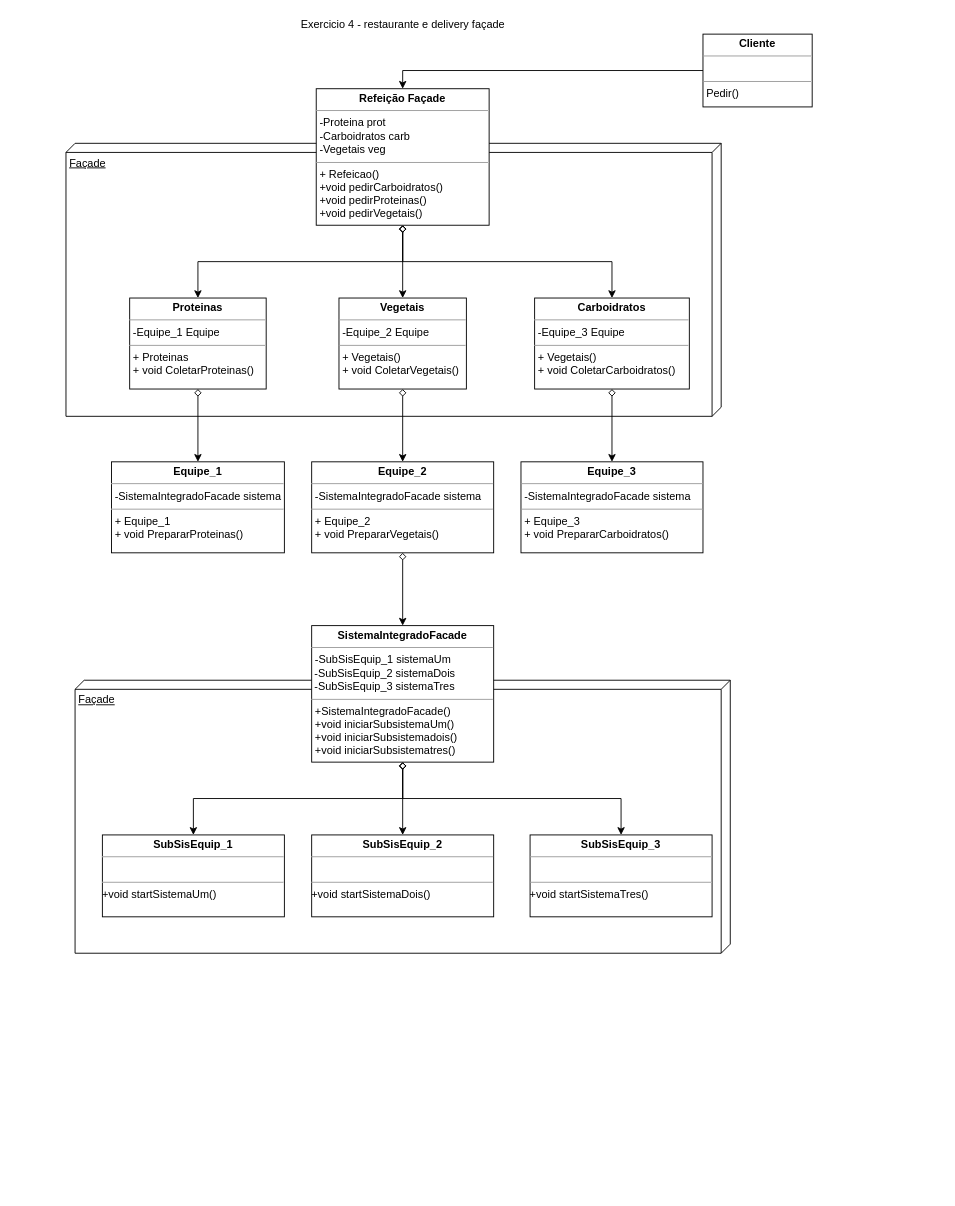
The draw.io diagram page "Sistema_Restaurante" (4 of 4) of Arq_ADO_1.drawio in MatheusSantosDev/diagramas-UML, before the edit. Source tidied: cells renumbered, new cells numbered last; positions are measured from the earlier drawing's top-left corner, leaving out a move shared by most shapes. Both pictures are drawn from the tidied source at 91%, with x=0, y=0 at pixel (66, 15).
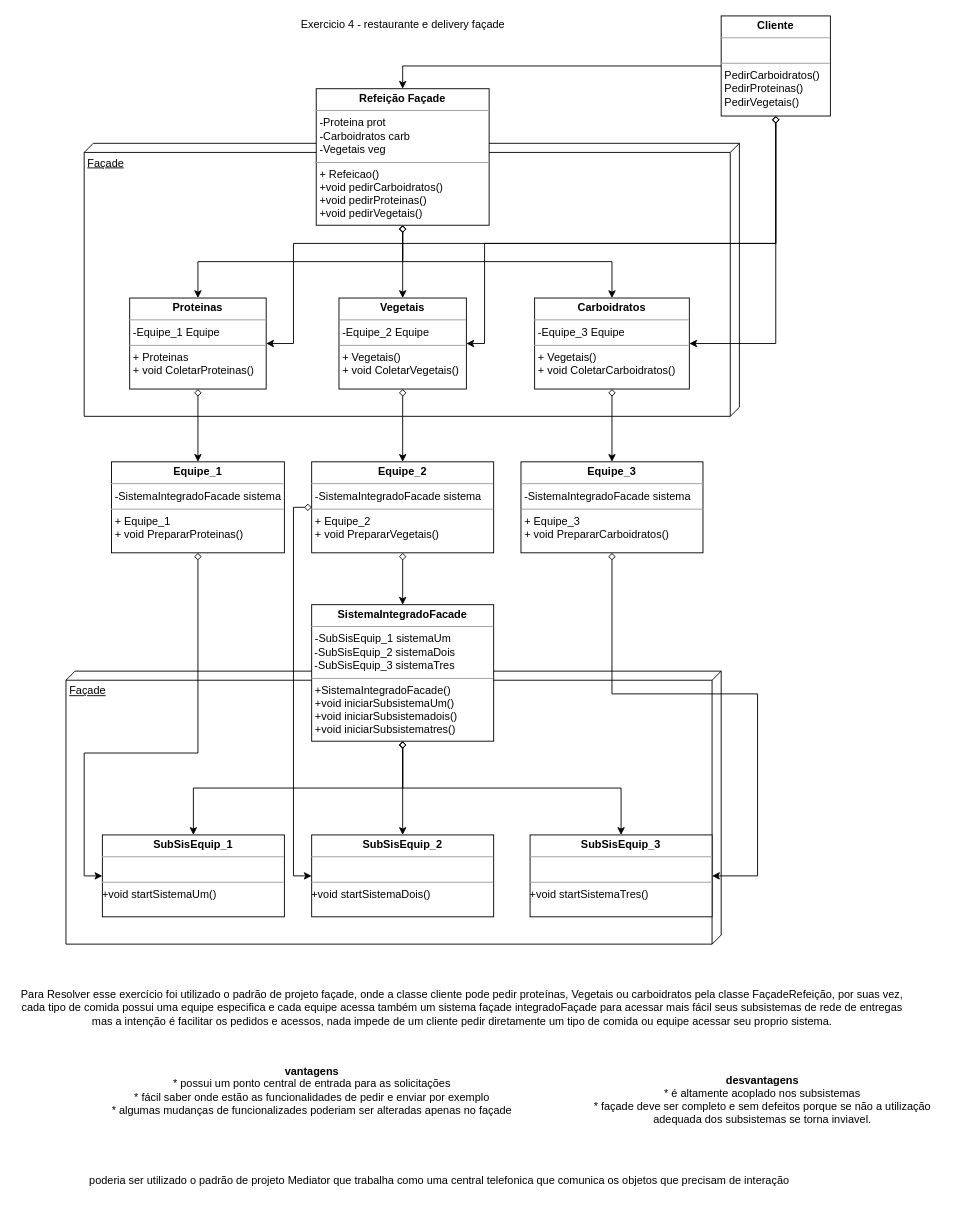
The same page after the edit.

The change refers to these unchanged cells:
```xml
<mxCell id="12" value="&lt;p style=&quot;margin: 0px ; margin-top: 4px ; text-align: center&quot;&gt;&lt;b&gt;Vegetais&lt;/b&gt;&lt;/p&gt;&lt;hr size=&quot;1&quot;&gt;&lt;p style=&quot;margin: 0px ; margin-left: 4px&quot;&gt;-Equipe_2 Equipe&lt;/p&gt;&lt;hr size=&quot;1&quot;&gt;&lt;p style=&quot;margin: 0px ; margin-left: 4px&quot;&gt;+ Vegetais()&lt;br&gt;+ void ColetarVegetais()&lt;/p&gt;" style="verticalAlign=top;align=left;overflow=fill;fontSize=12;fontFamily=Helvetica;html=1;" parent="1" vertex="1">
  <mxGeometry x="300" y="310" width="140" height="100" as="geometry" />
</mxCell>
<mxCell id="14" value="&lt;p style=&quot;margin: 0px ; margin-top: 4px ; text-align: center&quot;&gt;&lt;b&gt;Proteinas&lt;/b&gt;&lt;/p&gt;&lt;hr size=&quot;1&quot;&gt;&lt;p style=&quot;margin: 0px ; margin-left: 4px&quot;&gt;-Equipe_1 Equipe&lt;/p&gt;&lt;hr size=&quot;1&quot;&gt;&lt;p style=&quot;margin: 0px ; margin-left: 4px&quot;&gt;+ Proteinas&lt;br&gt;+ void ColetarProteinas()&lt;/p&gt;" style="verticalAlign=top;align=left;overflow=fill;fontSize=12;fontFamily=Helvetica;html=1;" parent="1" vertex="1">
  <mxGeometry x="70" y="310" width="150" height="100" as="geometry" />
</mxCell>
<mxCell id="16" value="&lt;p style=&quot;margin: 0px ; margin-top: 4px ; text-align: center&quot;&gt;&lt;b&gt;Carboidratos&lt;/b&gt;&lt;/p&gt;&lt;hr size=&quot;1&quot;&gt;&lt;p style=&quot;margin: 0px ; margin-left: 4px&quot;&gt;-Equipe_3 Equipe&lt;/p&gt;&lt;hr size=&quot;1&quot;&gt;&lt;p style=&quot;margin: 0px ; margin-left: 4px&quot;&gt;+ Vegetais()&lt;br&gt;+ void ColetarCarboidratos()&lt;/p&gt;" style="verticalAlign=top;align=left;overflow=fill;fontSize=12;fontFamily=Helvetica;html=1;" parent="1" vertex="1">
  <mxGeometry x="515" y="310" width="170" height="100" as="geometry" />
</mxCell>
<mxCell id="18" value="&lt;p style=&quot;margin: 0px ; margin-top: 4px ; text-align: center&quot;&gt;&lt;b&gt;Equipe_2&lt;/b&gt;&lt;/p&gt;&lt;hr size=&quot;1&quot;&gt;&lt;p style=&quot;margin: 0px ; margin-left: 4px&quot;&gt;-SistemaIntegradoFacade sistema&lt;/p&gt;&lt;hr size=&quot;1&quot;&gt;&lt;p style=&quot;margin: 0px ; margin-left: 4px&quot;&gt;+ Equipe_2&lt;br&gt;+ void PrepararVegetais()&lt;/p&gt;" style="verticalAlign=top;align=left;overflow=fill;fontSize=12;fontFamily=Helvetica;html=1;" parent="1" vertex="1">
  <mxGeometry x="270" y="490" width="200" height="100" as="geometry" />
</mxCell>
<mxCell id="19" value="&lt;p style=&quot;margin: 0px ; margin-top: 4px ; text-align: center&quot;&gt;&lt;b&gt;Equipe_1&lt;/b&gt;&lt;/p&gt;&lt;hr size=&quot;1&quot;&gt;&lt;p style=&quot;margin: 0px ; margin-left: 4px&quot;&gt;-SistemaIntegradoFacade sistema&lt;/p&gt;&lt;hr size=&quot;1&quot;&gt;&lt;p style=&quot;margin: 0px ; margin-left: 4px&quot;&gt;+ Equipe_1&lt;br&gt;+ void PrepararProteinas()&lt;/p&gt;" style="verticalAlign=top;align=left;overflow=fill;fontSize=12;fontFamily=Helvetica;html=1;" parent="1" vertex="1">
  <mxGeometry x="50" y="490" width="190" height="100" as="geometry" />
</mxCell>
<mxCell id="20" value="&lt;p style=&quot;margin: 0px ; margin-top: 4px ; text-align: center&quot;&gt;&lt;b&gt;Equipe_3&lt;/b&gt;&lt;/p&gt;&lt;hr size=&quot;1&quot;&gt;&lt;p style=&quot;margin: 0px ; margin-left: 4px&quot;&gt;-SistemaIntegradoFacade sistema&lt;/p&gt;&lt;hr size=&quot;1&quot;&gt;&lt;p style=&quot;margin: 0px ; margin-left: 4px&quot;&gt;+ Equipe_3&lt;br&gt;+ void PrepararCarboidratos()&lt;/p&gt;" style="verticalAlign=top;align=left;overflow=fill;fontSize=12;fontFamily=Helvetica;html=1;" parent="1" vertex="1">
  <mxGeometry x="500" y="490" width="200" height="100" as="geometry" />
</mxCell>
<mxCell id="25" value="&lt;p style=&quot;margin: 0px ; margin-top: 4px ; text-align: center&quot;&gt;&lt;b&gt;SubSisEquip_2&lt;/b&gt;&lt;br&gt;&lt;/p&gt;&lt;hr size=&quot;1&quot;&gt;&lt;p style=&quot;margin: 0px ; margin-left: 4px&quot;&gt;&lt;/p&gt;&amp;nbsp;&lt;br&gt;&lt;hr size=&quot;1&quot;&gt;&lt;p style=&quot;margin: 0px ; margin-left: 4px&quot;&gt;&lt;/p&gt;+void startSistemaDois()&lt;p style=&quot;margin: 0px ; margin-left: 4px&quot;&gt;&lt;br&gt;&lt;/p&gt;&lt;p style=&quot;margin: 0px ; margin-left: 4px&quot;&gt;&lt;br&gt;&lt;/p&gt;" style="verticalAlign=top;align=left;overflow=fill;fontSize=12;fontFamily=Helvetica;html=1;" parent="1" vertex="1">
  <mxGeometry x="270" y="900" width="200" height="90" as="geometry" />
</mxCell>
<mxCell id="26" value="&lt;p style=&quot;margin: 0px ; margin-top: 4px ; text-align: center&quot;&gt;&lt;b&gt;SubSisEquip_1&lt;/b&gt;&lt;br&gt;&lt;/p&gt;&lt;hr size=&quot;1&quot;&gt;&lt;p style=&quot;margin: 0px ; margin-left: 4px&quot;&gt;&lt;/p&gt;&amp;nbsp;&lt;br&gt;&lt;hr size=&quot;1&quot;&gt;&lt;p style=&quot;margin: 0px ; margin-left: 4px&quot;&gt;&lt;/p&gt;+void startSistemaUm()&lt;p style=&quot;margin: 0px ; margin-left: 4px&quot;&gt;&lt;br&gt;&lt;/p&gt;&lt;p style=&quot;margin: 0px ; margin-left: 4px&quot;&gt;&lt;br&gt;&lt;/p&gt;" style="verticalAlign=top;align=left;overflow=fill;fontSize=12;fontFamily=Helvetica;html=1;" parent="1" vertex="1">
  <mxGeometry x="40" y="900" width="200" height="90" as="geometry" />
</mxCell>
<mxCell id="27" value="&lt;p style=&quot;margin: 0px ; margin-top: 4px ; text-align: center&quot;&gt;&lt;b&gt;SubSisEquip_3&lt;/b&gt;&lt;br&gt;&lt;/p&gt;&lt;hr size=&quot;1&quot;&gt;&lt;p style=&quot;margin: 0px ; margin-left: 4px&quot;&gt;&lt;/p&gt;&amp;nbsp;&lt;br&gt;&lt;hr size=&quot;1&quot;&gt;&lt;p style=&quot;margin: 0px ; margin-left: 4px&quot;&gt;&lt;/p&gt;+void startSistemaTres()&lt;p style=&quot;margin: 0px ; margin-left: 4px&quot;&gt;&lt;br&gt;&lt;/p&gt;&lt;p style=&quot;margin: 0px ; margin-left: 4px&quot;&gt;&lt;br&gt;&lt;/p&gt;" style="verticalAlign=top;align=left;overflow=fill;fontSize=12;fontFamily=Helvetica;html=1;" parent="1" vertex="1">
  <mxGeometry x="510" y="900" width="200" height="90" as="geometry" />
</mxCell>
```

The edit, as a diff of the source:
```diff
@@
     <mxCell id="2" value="Façade" style="verticalAlign=top;align=left;spacingTop=8;spacingLeft=2;spacingRight=12;shape=cube;size=10;direction=south;fontStyle=4;html=1;" parent="1" vertex="1">
-      <mxGeometry x="10" y="730" width="720" height="300" as="geometry" />
+      <mxGeometry y="720" width="720" height="300" as="geometry" />
     </mxCell>
     <mxCell id="3" value="Façade" style="verticalAlign=top;align=left;spacingTop=8;spacingLeft=2;spacingRight=12;shape=cube;size=10;direction=south;fontStyle=4;html=1;" parent="1" vertex="1">
-      <mxGeometry y="140" width="720" height="300" as="geometry" />
+      <mxGeometry x="20" y="140" width="720" height="300" as="geometry" />
     </mxCell>
@@
+    <mxCell id="28" style="edgeStyle=orthogonalEdgeStyle;rounded=0;jettySize=auto;html=1;exitX=0.5;exitY=1;exitDx=0;exitDy=0;entryX=1;entryY=0.5;entryDx=0;entryDy=0;startArrow=diamond;startFill=0;" parent="1" edge="1" source="6" target="16">
+      <mxGeometry relative="1" as="geometry" />
+    </mxCell>
+    <mxCell id="29" style="edgeStyle=orthogonalEdgeStyle;rounded=0;jettySize=auto;html=1;exitX=0.5;exitY=1;exitDx=0;exitDy=0;entryX=1;entryY=0.5;entryDx=0;entryDy=0;startArrow=diamond;startFill=0;" parent="1" edge="1" source="6" target="12">
+      <mxGeometry relative="1" as="geometry">
+        <Array as="points">
+          <mxPoint x="780" y="250" />
+          <mxPoint x="460" y="250" />
+          <mxPoint x="460" y="360" />
+        </Array>
+      </mxGeometry>
+    </mxCell>
+    <mxCell id="30" style="edgeStyle=orthogonalEdgeStyle;rounded=0;jettySize=auto;html=1;exitX=0.5;exitY=1;exitDx=0;exitDy=0;entryX=1;entryY=0.5;entryDx=0;entryDy=0;startArrow=diamond;startFill=0;" parent="1" edge="1" source="6" target="14">
+      <mxGeometry relative="1" as="geometry">
+        <Array as="points">
+          <mxPoint x="780" y="250" />
+          <mxPoint x="250" y="250" />
+          <mxPoint x="250" y="360" />
+        </Array>
+      </mxGeometry>
+    </mxCell>
-    <mxCell id="6" value="&lt;p style=&quot;margin: 0px ; margin-top: 4px ; text-align: center&quot;&gt;&lt;b&gt;Cliente&lt;/b&gt;&lt;/p&gt;&lt;hr size=&quot;1&quot;&gt;&lt;p style=&quot;margin: 0px ; margin-left: 4px&quot;&gt;&lt;br&gt;&lt;/p&gt;&lt;hr size=&quot;1&quot;&gt;&lt;p style=&quot;margin: 0px ; margin-left: 4px&quot;&gt;Pedir()&lt;/p&gt;" style="verticalAlign=top;align=left;overflow=fill;fontSize=12;fontFamily=Helvetica;html=1;" parent="1" vertex="1">
-      <mxGeometry x="700" y="20" width="120" height="80" as="geometry" />
+    <mxCell id="6" value="&lt;p style=&quot;margin: 0px ; margin-top: 4px ; text-align: center&quot;&gt;&lt;b&gt;Cliente&lt;/b&gt;&lt;/p&gt;&lt;hr size=&quot;1&quot;&gt;&lt;p style=&quot;margin: 0px ; margin-left: 4px&quot;&gt;&lt;br&gt;&lt;/p&gt;&lt;hr size=&quot;1&quot;&gt;&lt;p style=&quot;margin: 0px ; margin-left: 4px&quot;&gt;PedirCarboidratos()&lt;/p&gt;&lt;p style=&quot;margin: 0px ; margin-left: 4px&quot;&gt;PedirProteinas()&lt;br&gt;&lt;/p&gt;&lt;p style=&quot;margin: 0px ; margin-left: 4px&quot;&gt;PedirVegetais()&lt;br&gt;&lt;/p&gt;" style="verticalAlign=top;align=left;overflow=fill;fontSize=12;fontFamily=Helvetica;html=1;" parent="1" vertex="1">
+      <mxGeometry x="720" width="120" height="110" as="geometry" />
     </mxCell>
@@
+    <mxCell id="31" style="edgeStyle=orthogonalEdgeStyle;rounded=0;jettySize=auto;html=1;exitX=0;exitY=0.5;exitDx=0;exitDy=0;entryX=0;entryY=0.5;entryDx=0;entryDy=0;startArrow=diamond;startFill=0;" parent="1" edge="1" source="18" target="25">
+      <mxGeometry relative="1" as="geometry" />
+    </mxCell>
@@
+    <mxCell id="32" style="edgeStyle=orthogonalEdgeStyle;rounded=0;jettySize=auto;html=1;exitX=0.5;exitY=1;exitDx=0;exitDy=0;entryX=0;entryY=0.5;entryDx=0;entryDy=0;startArrow=diamond;startFill=0;" parent="1" edge="1" source="19" target="26">
+      <mxGeometry relative="1" as="geometry">
+        <Array as="points">
+          <mxPoint x="145" y="810" />
+          <mxPoint x="20" y="810" />
+          <mxPoint x="20" y="945" />
+        </Array>
+      </mxGeometry>
+    </mxCell>
@@
+    <mxCell id="33" style="edgeStyle=orthogonalEdgeStyle;rounded=0;jettySize=auto;html=1;exitX=0.5;exitY=1;exitDx=0;exitDy=0;entryX=1;entryY=0.5;entryDx=0;entryDy=0;startArrow=diamond;startFill=0;" parent="1" edge="1" source="20" target="27">
+      <mxGeometry relative="1" as="geometry">
+        <Array as="points">
+          <mxPoint x="600" y="745" />
+          <mxPoint x="760" y="745" />
+          <mxPoint x="760" y="945" />
+        </Array>
+      </mxGeometry>
+    </mxCell>
@@
     <mxCell id="24" value="&lt;p style=&quot;margin: 0px ; margin-top: 4px ; text-align: center&quot;&gt;&lt;b&gt;SistemaIntegradoFacade&lt;/b&gt;&lt;br&gt;&lt;/p&gt;&lt;hr size=&quot;1&quot;&gt;&lt;p style=&quot;margin: 0px ; margin-left: 4px&quot;&gt;&lt;span&gt;-SubSisEquip_1 sistemaUm&lt;/span&gt;&lt;/p&gt;&amp;nbsp;-SubSisEquip_2 sistemaDois&lt;br&gt;&amp;nbsp;-SubSisEquip_3 sistemaTres&lt;br&gt;&lt;hr size=&quot;1&quot;&gt;&lt;p style=&quot;margin: 0px ; margin-left: 4px&quot;&gt;+SistemaIntegradoFacade()&lt;/p&gt;&lt;p style=&quot;margin: 0px ; margin-left: 4px&quot;&gt;+void iniciarSubsistemaUm()&lt;/p&gt;&lt;p style=&quot;margin: 0px ; margin-left: 4px&quot;&gt;+void iniciarSubsistemadois()&lt;/p&gt;&lt;p style=&quot;margin: 0px ; margin-left: 4px&quot;&gt;+void iniciarSubsistematres()&lt;/p&gt;" style="verticalAlign=top;align=left;overflow=fill;fontSize=12;fontFamily=Helvetica;html=1;" parent="1" vertex="1">
-      <mxGeometry x="270" y="670" width="200" height="150" as="geometry" />
+      <mxGeometry x="270" y="647" width="200" height="150" as="geometry" />
     </mxCell>
@@
+    <mxCell id="34" value="Para Resolver esse exercício foi utilizado o padrão de projeto façade, onde a classe cliente pode pedir proteínas, Vegetais ou carboidratos pela classe FaçadeRefeição, por suas vez,&lt;br&gt;cada tipo de comida possui uma equipe especifica e cada equipe acessa também um sistema façade integradoFaçade para acessar mais fácil seus subsistemas de rede de entregas&lt;br&gt;mas a intenção é facilitar os pedidos e acessos, nada impede de um cliente pedir diretamente um tipo de comida ou equipe acessar seu proprio sistema." style="text;html=1;align=center;verticalAlign=middle;" parent="1" vertex="1">
+      <mxGeometry x="-55" y="1065" width="980" height="50" as="geometry" />
+    </mxCell>
+    <mxCell id="35" value="&lt;b&gt;vantagens&lt;/b&gt;&lt;br&gt;* possui um ponto central de entrada para as solicitações&lt;br&gt;* fácil saber onde estão as funcionalidades de pedir e enviar por exemplo&lt;br&gt;* algumas mudanças de funcionalizades poderiam ser alteradas apenas no façade" style="text;html=1;align=center;verticalAlign=middle;" parent="1" vertex="1">
+      <mxGeometry x="40" y="1151" width="460" height="60" as="geometry" />
+    </mxCell>
+    <mxCell id="36" value="&lt;b&gt;desvantagens&lt;/b&gt;&lt;br&gt;* é altamente acoplado nos subsistemas&lt;br&gt;* façade deve ser completo e sem defeitos porque se não a utilização&lt;br&gt;adequada dos subsistemas se torna inviavel." style="text;html=1;align=center;verticalAlign=middle;" parent="1" vertex="1">
+      <mxGeometry x="570" y="1161" width="390" height="60" as="geometry" />
+    </mxCell>
+    <mxCell id="37" value="poderia ser utilizado o padrão de projeto Mediator que trabalha como uma central telefonica que comunica os objetos que precisam de interação" style="text;html=1;align=center;verticalAlign=middle;" parent="1" vertex="1">
+      <mxGeometry x="20" y="1270" width="780" height="20" as="geometry" />
+    </mxCell>
```
